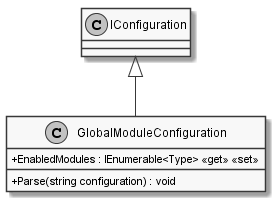
Before: documents/sd/resources/Classes/Core/MORR/GlobalModuleConfiguration.png, a diagram exported from PlantUML (insightmind/MORR). Its diagram source:
```plantuml
@startuml
skinparam monochrome true
skinparam classAttributeIconSize 0

IConfiguration <|-- GlobalModuleConfiguration

class GlobalModuleConfiguration {
    + EnabledModules : IEnumerable<Type> <<get>> <<set>>
    + Parse(string configuration) : void
}

@enduml
```
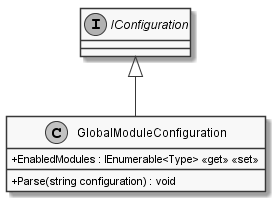
Above is the later version.

Change to the diagram source:
```diff
@@ -1,6 +1,8 @@
 @startuml
 skinparam monochrome true
 skinparam classAttributeIconSize 0
+
+interface IConfiguration
 
 IConfiguration <|-- GlobalModuleConfiguration
 
```
